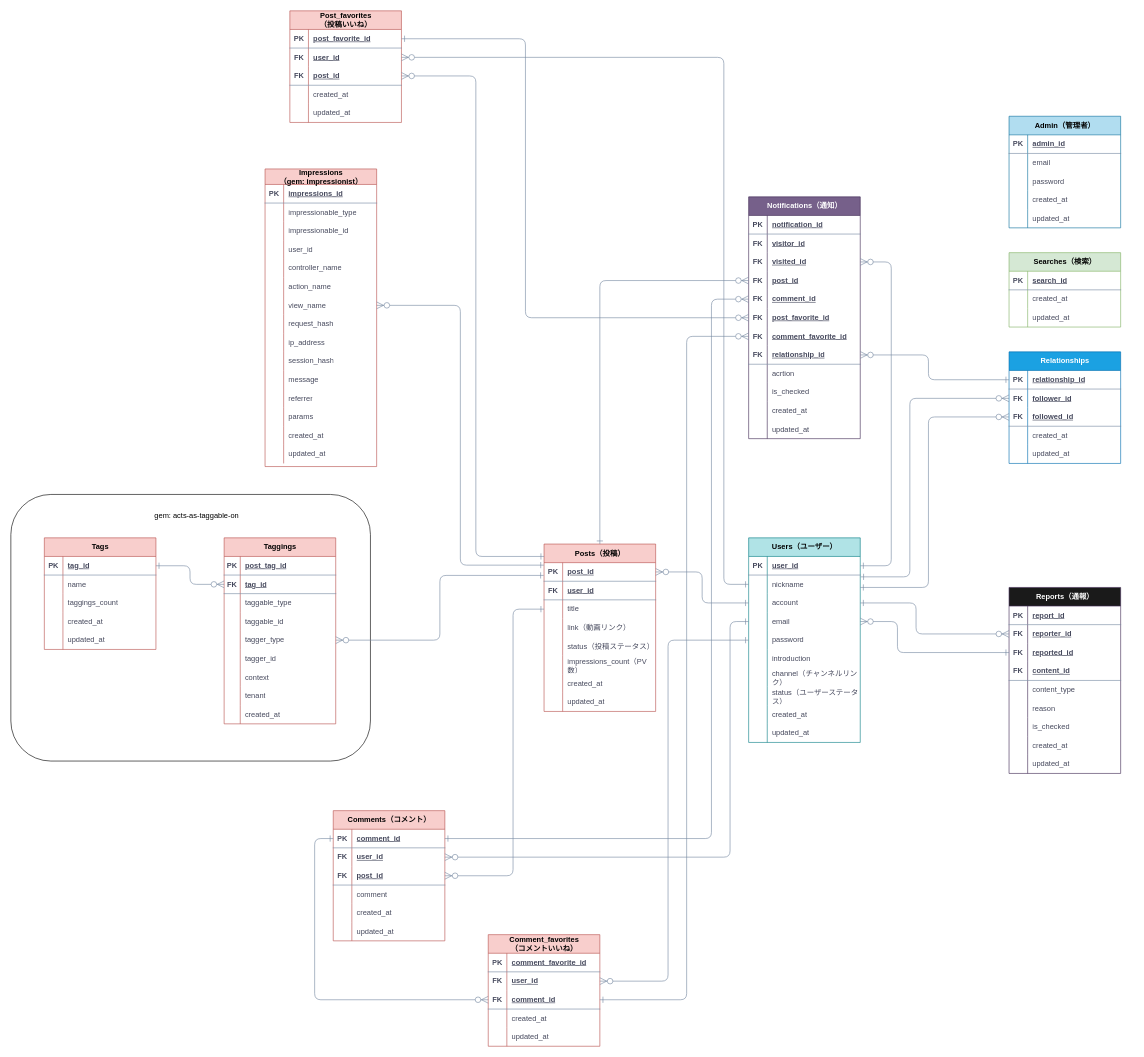
Ganmo3/drawio keeps this draw.io diagram as 2seeds.drawio. Above is the earlier version. Source tidied: cells renumbered, new cells numbered last; positions are measured from the earlier drawing's top-left corner, leaving out a move shared by most shapes. Both pictures are drawn from the tidied source at 62%, with x=0, y=0 at pixel (11, 11).
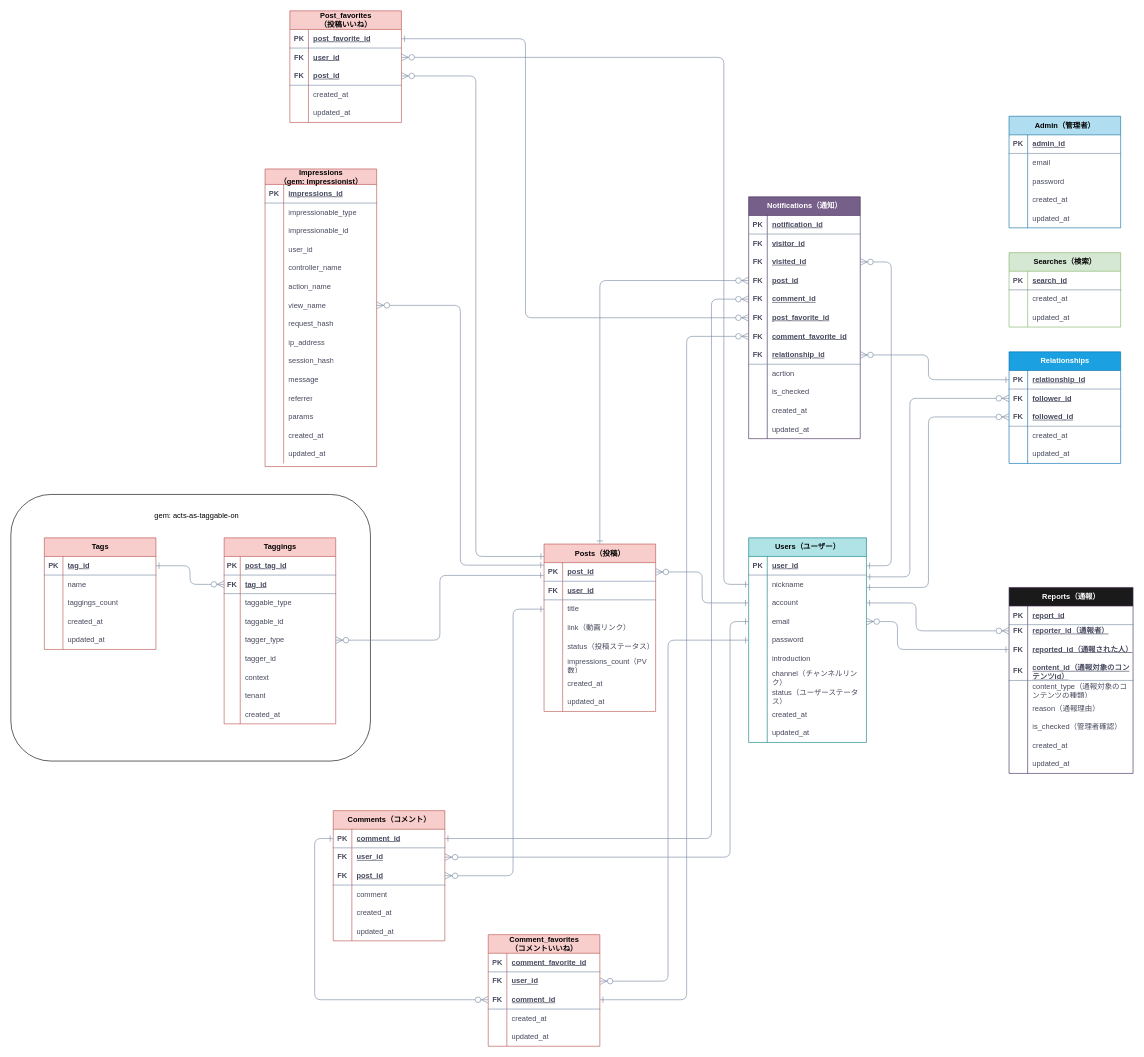
The same diagram, later.

Commit message:
2seeds.drawio を更新します

Unchanged cells that the change refers to:
```xml
<mxCell id="124" style="shape=tableRow;horizontal=0;startSize=0;swimlaneHead=0;swimlaneBody=0;fillColor=none;points=[[0,0.5],[1,0.5]];portConstraint=eastwest;top=0;left=0;right=0;bottom=1;strokeColor=#788AA3;fontFamily=Helvetica;fontSize=12;fontColor=#46495D;html=1;labelBackgroundColor=none;" parent="117" vertex="1">
  <mxGeometry y="90" width="180" height="30" as="geometry" />
</mxCell>
```

The edit, as a diff of the source:
```diff
@@
     <mxCell id="19" value="&lt;font color=&quot;#000000&quot;&gt;Users（ユーザー）&lt;/font&gt;" style="shape=table;startSize=30;childLayout=tableLayout;rowLines=0;fontStyle=1;align=center;html=1;fontFamily=Helvetica;fontSize=12;fillColor=#b0e3e6;labelBackgroundColor=none;strokeColor=#0e8088;" parent="1" vertex="1">
-      <mxGeometry x="1190" y="850" width="180" height="330" as="geometry" />
+      <mxGeometry x="1190" y="850" width="190" height="330" as="geometry" />
     </mxCell>
     <mxCell id="20" style="shape=tableRow;horizontal=0;startSize=0;swimlaneHead=0;swimlaneBody=0;fillColor=none;points=[[0,0.5],[1,0.5]];portConstraint=eastwest;top=0;left=0;right=0;bottom=1;strokeColor=#788AA3;fontFamily=Helvetica;fontSize=12;fontColor=#46495D;html=1;labelBackgroundColor=none;" parent="19" vertex="1">
-      <mxGeometry y="30" width="180" height="30" as="geometry" />
+      <mxGeometry y="30" width="190" height="30" as="geometry" />
     </mxCell>
@@
     <mxCell id="22" value="user_id" style="shape=partialRectangle;fillColor=none;top=0;left=0;bottom=0;right=0;align=left;spacingLeft=6;fontStyle=5;overflow=hidden;whiteSpace=wrap;html=1;strokeColor=#788AA3;fontFamily=Helvetica;fontSize=12;fontColor=#46495D;startSize=23;labelBackgroundColor=none;" parent="20" vertex="1">
-      <mxGeometry x="30" width="150" height="30" as="geometry" />
+      <mxGeometry x="30" width="160" height="30" as="geometry" />
     </mxCell>
     <mxCell id="23" style="shape=tableRow;horizontal=0;startSize=0;swimlaneHead=0;swimlaneBody=0;fillColor=none;points=[[0,0.5],[1,0.5]];portConstraint=eastwest;top=0;left=0;right=0;bottom=0;strokeColor=#788AA3;fontFamily=Helvetica;fontSize=12;fontColor=#46495D;html=1;labelBackgroundColor=none;" parent="19" vertex="1">
-      <mxGeometry y="60" width="180" height="30" as="geometry" />
+      <mxGeometry y="60" width="190" height="30" as="geometry" />
     </mxCell>
@@
     <mxCell id="25" value="nickname" style="shape=partialRectangle;fillColor=none;top=0;left=0;bottom=0;right=0;align=left;spacingLeft=6;overflow=hidden;whiteSpace=wrap;html=1;strokeColor=#788AA3;fontFamily=Helvetica;fontSize=12;fontColor=#46495D;startSize=23;labelBackgroundColor=none;" parent="23" vertex="1">
-      <mxGeometry x="30" width="150" height="30" as="geometry" />
+      <mxGeometry x="30" width="160" height="30" as="geometry" />
     </mxCell>
     <mxCell id="26" style="shape=tableRow;horizontal=0;startSize=0;swimlaneHead=0;swimlaneBody=0;fillColor=none;points=[[0,0.5],[1,0.5]];portConstraint=eastwest;top=0;left=0;right=0;bottom=0;strokeColor=#788AA3;fontFamily=Helvetica;fontSize=12;fontColor=#46495D;html=1;labelBackgroundColor=none;" parent="19" vertex="1">
-      <mxGeometry y="90" width="180" height="30" as="geometry" />
+      <mxGeometry y="90" width="190" height="30" as="geometry" />
     </mxCell>
@@
     <mxCell id="28" value="account" style="shape=partialRectangle;fillColor=none;top=0;left=0;bottom=0;right=0;align=left;spacingLeft=6;overflow=hidden;whiteSpace=wrap;html=1;strokeColor=#788AA3;fontFamily=Helvetica;fontSize=12;fontColor=#46495D;startSize=23;labelBackgroundColor=none;" parent="26" vertex="1">
-      <mxGeometry x="30" width="150" height="30" as="geometry" />
+      <mxGeometry x="30" width="160" height="30" as="geometry" />
     </mxCell>
     <mxCell id="29" style="shape=tableRow;horizontal=0;startSize=0;swimlaneHead=0;swimlaneBody=0;fillColor=none;points=[[0,0.5],[1,0.5]];portConstraint=eastwest;top=0;left=0;right=0;bottom=0;strokeColor=#788AA3;fontFamily=Helvetica;fontSize=12;fontColor=#46495D;html=1;labelBackgroundColor=none;" parent="19" vertex="1">
-      <mxGeometry y="120" width="180" height="30" as="geometry" />
+      <mxGeometry y="120" width="190" height="30" as="geometry" />
     </mxCell>
@@
     <mxCell id="31" value="email" style="shape=partialRectangle;fillColor=none;top=0;left=0;bottom=0;right=0;align=left;spacingLeft=6;overflow=hidden;whiteSpace=wrap;html=1;strokeColor=#788AA3;fontFamily=Helvetica;fontSize=12;fontColor=#46495D;startSize=23;labelBackgroundColor=none;" parent="29" vertex="1">
-      <mxGeometry x="30" width="150" height="30" as="geometry" />
+      <mxGeometry x="30" width="160" height="30" as="geometry" />
     </mxCell>
     <mxCell id="32" style="shape=tableRow;horizontal=0;startSize=0;swimlaneHead=0;swimlaneBody=0;fillColor=none;points=[[0,0.5],[1,0.5]];portConstraint=eastwest;top=0;left=0;right=0;bottom=0;strokeColor=#788AA3;fontFamily=Helvetica;fontSize=12;fontColor=#46495D;html=1;labelBackgroundColor=none;" parent="19" vertex="1">
-      <mxGeometry y="150" width="180" height="30" as="geometry" />
+      <mxGeometry y="150" width="190" height="30" as="geometry" />
     </mxCell>
@@
     <mxCell id="34" value="password" style="shape=partialRectangle;fillColor=none;top=0;left=0;bottom=0;right=0;align=left;spacingLeft=6;overflow=hidden;whiteSpace=wrap;html=1;strokeColor=#788AA3;fontFamily=Helvetica;fontSize=12;fontColor=#46495D;startSize=23;labelBackgroundColor=none;" parent="32" vertex="1">
-      <mxGeometry x="30" width="150" height="30" as="geometry" />
+      <mxGeometry x="30" width="160" height="30" as="geometry" />
     </mxCell>
     <mxCell id="35" style="shape=tableRow;horizontal=0;startSize=0;swimlaneHead=0;swimlaneBody=0;fillColor=none;top=0;left=0;right=0;bottom=0;strokeColor=#788AA3;fontFamily=Helvetica;fontSize=12;fontColor=#46495D;html=1;labelBackgroundColor=none;" parent="19" vertex="1">
-      <mxGeometry y="180" width="180" height="30" as="geometry" />
+      <mxGeometry y="180" width="190" height="30" as="geometry" />
     </mxCell>
@@
     <mxCell id="37" value="introduction" style="shape=partialRectangle;fillColor=none;top=0;left=0;bottom=0;right=0;align=left;spacingLeft=6;overflow=hidden;whiteSpace=wrap;html=1;strokeColor=#788AA3;fontFamily=Helvetica;fontSize=12;fontColor=#46495D;startSize=23;labelBackgroundColor=none;" parent="35" vertex="1">
-      <mxGeometry x="30" width="150" height="30" as="geometry" />
+      <mxGeometry x="30" width="160" height="30" as="geometry" />
     </mxCell>
     <mxCell id="38" style="shape=tableRow;horizontal=0;startSize=0;swimlaneHead=0;swimlaneBody=0;fillColor=none;top=0;left=0;right=0;bottom=0;strokeColor=#788AA3;fontFamily=Helvetica;fontSize=12;fontColor=#46495D;html=1;labelBackgroundColor=none;" parent="19" vertex="1">
-      <mxGeometry y="210" width="180" height="30" as="geometry" />
+      <mxGeometry y="210" width="190" height="30" as="geometry" />
     </mxCell>
@@
     <mxCell id="40" value="channel（チャンネルリンク）" style="shape=partialRectangle;fillColor=none;top=0;left=0;bottom=0;right=0;align=left;spacingLeft=6;overflow=hidden;whiteSpace=wrap;html=1;strokeColor=#788AA3;fontFamily=Helvetica;fontSize=12;fontColor=#46495D;startSize=23;labelBackgroundColor=none;" parent="38" vertex="1">
-      <mxGeometry x="30" width="150" height="30" as="geometry" />
+      <mxGeometry x="30" width="160" height="30" as="geometry" />
     </mxCell>
     <mxCell id="41" style="shape=tableRow;horizontal=0;startSize=0;swimlaneHead=0;swimlaneBody=0;fillColor=none;top=0;left=0;right=0;bottom=0;strokeColor=#788AA3;fontFamily=Helvetica;fontSize=12;fontColor=#46495D;html=1;labelBackgroundColor=none;" parent="19" vertex="1">
-      <mxGeometry y="240" width="180" height="30" as="geometry" />
+      <mxGeometry y="240" width="190" height="30" as="geometry" />
     </mxCell>
@@
     <mxCell id="43" value="status（ユーザーステータス）" style="shape=partialRectangle;fillColor=none;top=0;left=0;bottom=0;right=0;align=left;spacingLeft=6;overflow=hidden;whiteSpace=wrap;html=1;strokeColor=#788AA3;fontFamily=Helvetica;fontSize=12;fontColor=#46495D;startSize=23;labelBackgroundColor=none;" parent="41" vertex="1">
-      <mxGeometry x="30" width="150" height="30" as="geometry" />
+      <mxGeometry x="30" width="160" height="30" as="geometry" />
     </mxCell>
     <mxCell id="44" style="shape=tableRow;horizontal=0;startSize=0;swimlaneHead=0;swimlaneBody=0;fillColor=none;top=0;left=0;right=0;bottom=0;strokeColor=#788AA3;fontFamily=Helvetica;fontSize=12;fontColor=#46495D;html=1;labelBackgroundColor=none;" parent="19" vertex="1">
-      <mxGeometry y="270" width="180" height="30" as="geometry" />
+      <mxGeometry y="270" width="190" height="30" as="geometry" />
     </mxCell>
@@
     <mxCell id="46" value="created_at" style="shape=partialRectangle;fillColor=none;top=0;left=0;bottom=0;right=0;align=left;spacingLeft=6;overflow=hidden;whiteSpace=wrap;html=1;strokeColor=#788AA3;fontFamily=Helvetica;fontSize=12;fontColor=#46495D;startSize=23;labelBackgroundColor=none;" parent="44" vertex="1">
-      <mxGeometry x="30" width="150" height="30" as="geometry" />
+      <mxGeometry x="30" width="160" height="30" as="geometry" />
     </mxCell>
     <mxCell id="47" style="shape=tableRow;horizontal=0;startSize=0;swimlaneHead=0;swimlaneBody=0;fillColor=none;top=0;left=0;right=0;bottom=0;strokeColor=#788AA3;fontFamily=Helvetica;fontSize=12;fontColor=#46495D;html=1;labelBackgroundColor=none;" parent="19" vertex="1">
-      <mxGeometry y="300" width="180" height="30" as="geometry" />
+      <mxGeometry y="300" width="190" height="30" as="geometry" />
     </mxCell>
@@
     <mxCell id="49" value="updated_at" style="shape=partialRectangle;fillColor=none;top=0;left=0;bottom=0;right=0;align=left;spacingLeft=6;overflow=hidden;whiteSpace=wrap;html=1;strokeColor=#788AA3;fontFamily=Helvetica;fontSize=12;fontColor=#46495D;startSize=23;labelBackgroundColor=none;" parent="47" vertex="1">
-      <mxGeometry x="30" width="150" height="30" as="geometry" />
+      <mxGeometry x="30" width="160" height="30" as="geometry" />
     </mxCell>
@@
     <mxCell id="224" value="Reports（通報）" style="shape=table;startSize=30;childLayout=tableLayout;rowLines=0;fontStyle=1;align=center;html=1;strokeColor=#432D57;fontFamily=Helvetica;fontSize=12;fillColor=#1A1A1A;labelBackgroundColor=none;fontColor=#ffffff;" parent="1" vertex="1">
-      <mxGeometry x="1610" y="930" width="180" height="300" as="geometry" />
+      <mxGeometry x="1610" y="930" width="200" height="300" as="geometry" />
     </mxCell>
     <mxCell id="225" style="shape=tableRow;horizontal=0;startSize=0;swimlaneHead=0;swimlaneBody=0;fillColor=none;top=0;left=0;right=0;bottom=1;strokeColor=#788AA3;fontFamily=Helvetica;fontSize=12;fontColor=#46495D;html=1;labelBackgroundColor=none;" parent="224" vertex="1">
-      <mxGeometry y="30" width="180" height="30" as="geometry" />
+      <mxGeometry y="30" width="200" height="30" as="geometry" />
     </mxCell>
@@
     <mxCell id="227" value="report_id" style="shape=partialRectangle;fillColor=none;top=0;left=0;bottom=0;right=0;align=left;spacingLeft=6;fontStyle=5;overflow=hidden;whiteSpace=wrap;html=1;strokeColor=#788AA3;fontFamily=Helvetica;fontSize=12;fontColor=#46495D;startSize=23;labelBackgroundColor=none;" parent="225" vertex="1">
-      <mxGeometry x="30" width="150" height="30" as="geometry" />
+      <mxGeometry x="30" width="170" height="30" as="geometry" />
     </mxCell>
     <mxCell id="228" style="shape=tableRow;horizontal=0;startSize=0;swimlaneHead=0;swimlaneBody=0;fillColor=none;points=[[0,0.5],[1,0.5]];portConstraint=eastwest;top=0;left=0;right=0;bottom=0;strokeColor=#788AA3;fontFamily=Helvetica;fontSize=12;fontColor=#46495D;html=1;labelBackgroundColor=none;" parent="224" vertex="1">
-      <mxGeometry y="60" width="180" height="30" as="geometry" />
+      <mxGeometry y="60" width="200" height="20" as="geometry" />
     </mxCell>
     <mxCell id="229" value="&lt;b&gt;FK&lt;/b&gt;" style="shape=partialRectangle;fillColor=none;top=0;left=0;bottom=0;right=0;overflow=hidden;whiteSpace=wrap;html=1;strokeColor=#788AA3;fontFamily=Helvetica;fontSize=12;fontColor=#46495D;startSize=23;labelBackgroundColor=none;" parent="228" vertex="1">
-      <mxGeometry width="30" height="30" as="geometry" />
+      <mxGeometry width="30" height="20" as="geometry" />
     </mxCell>
-    <mxCell id="230" value="&lt;u&gt;&lt;b&gt;reporter_id&lt;/b&gt;&lt;/u&gt;" style="shape=partialRectangle;fillColor=none;top=0;left=0;bottom=0;right=0;align=left;spacingLeft=6;overflow=hidden;whiteSpace=wrap;html=1;strokeColor=#788AA3;fontFamily=Helvetica;fontSize=12;fontColor=#46495D;startSize=23;labelBackgroundColor=none;" parent="228" vertex="1">
-      <mxGeometry x="30" width="150" height="30" as="geometry" />
+    <mxCell id="230" value="&lt;u&gt;&lt;b&gt;reporter_id（通報者）&lt;/b&gt;&lt;/u&gt;" style="shape=partialRectangle;fillColor=none;top=0;left=0;bottom=0;right=0;align=left;spacingLeft=6;overflow=hidden;whiteSpace=wrap;html=1;strokeColor=#788AA3;fontFamily=Helvetica;fontSize=12;fontColor=#46495D;startSize=23;labelBackgroundColor=none;" parent="228" vertex="1">
+      <mxGeometry x="30" width="170" height="20" as="geometry" />
     </mxCell>
     <mxCell id="231" style="shape=tableRow;horizontal=0;startSize=0;swimlaneHead=0;swimlaneBody=0;fillColor=none;points=[[0,0.5],[1,0.5]];portConstraint=eastwest;top=0;left=0;right=0;bottom=0;strokeColor=#788AA3;fontFamily=Helvetica;fontSize=12;fontColor=#46495D;html=1;labelBackgroundColor=none;" parent="224" vertex="1">
-      <mxGeometry y="90" width="180" height="30" as="geometry" />
+      <mxGeometry y="80" width="200" height="40" as="geometry" />
     </mxCell>
     <mxCell id="232" value="&lt;b&gt;FK&lt;/b&gt;" style="shape=partialRectangle;fillColor=none;top=0;left=0;bottom=0;right=0;overflow=hidden;whiteSpace=wrap;html=1;strokeColor=#788AA3;fontFamily=Helvetica;fontSize=12;fontColor=#46495D;startSize=23;labelBackgroundColor=none;" parent="231" vertex="1">
-      <mxGeometry width="30" height="30" as="geometry" />
+      <mxGeometry width="30" height="40" as="geometry" />
     </mxCell>
-    <mxCell id="233" value="&lt;u&gt;&lt;b&gt;reported_id&lt;/b&gt;&lt;/u&gt;" style="shape=partialRectangle;fillColor=none;top=0;left=0;bottom=0;right=0;align=left;spacingLeft=6;overflow=hidden;whiteSpace=wrap;html=1;strokeColor=#788AA3;fontFamily=Helvetica;fontSize=12;fontColor=#46495D;startSize=23;labelBackgroundColor=none;" parent="231" vertex="1">
-      <mxGeometry x="30" width="150" height="30" as="geometry" />
+    <mxCell id="233" value="&lt;u&gt;&lt;b&gt;reported_id（通報された人）&lt;/b&gt;&lt;/u&gt;" style="shape=partialRectangle;fillColor=none;top=0;left=0;bottom=0;right=0;align=left;spacingLeft=6;overflow=hidden;whiteSpace=wrap;html=1;strokeColor=#788AA3;fontFamily=Helvetica;fontSize=12;fontColor=#46495D;startSize=23;labelBackgroundColor=none;" parent="231" vertex="1">
+      <mxGeometry x="30" width="170" height="40" as="geometry" />
     </mxCell>
     <mxCell id="234" style="shape=tableRow;horizontal=0;startSize=0;swimlaneHead=0;swimlaneBody=0;fillColor=none;top=0;left=0;right=0;bottom=1;strokeColor=#788AA3;fontFamily=Helvetica;fontSize=12;fontColor=#46495D;html=1;labelBackgroundColor=none;" parent="224" vertex="1">
-      <mxGeometry y="120" width="180" height="30" as="geometry" />
+      <mxGeometry y="120" width="200" height="30" as="geometry" />
     </mxCell>
@@
-    <mxCell id="236" value="content_id" style="shape=partialRectangle;fillColor=none;top=0;left=0;bottom=0;right=0;align=left;spacingLeft=6;fontStyle=5;overflow=hidden;whiteSpace=wrap;html=1;strokeColor=#788AA3;fontFamily=Helvetica;fontSize=12;fontColor=#46495D;startSize=23;labelBackgroundColor=none;" parent="234" vertex="1">
-      <mxGeometry x="30" width="150" height="30" as="geometry" />
+    <mxCell id="236" value="content_id（通報対象のコンテンツid）" style="shape=partialRectangle;fillColor=none;top=0;left=0;bottom=0;right=0;align=left;spacingLeft=6;fontStyle=5;overflow=hidden;whiteSpace=wrap;html=1;strokeColor=#788AA3;fontFamily=Helvetica;fontSize=12;fontColor=#46495D;startSize=23;labelBackgroundColor=none;" parent="234" vertex="1">
+      <mxGeometry x="30" width="170" height="30" as="geometry" />
     </mxCell>
     <mxCell id="237" style="shape=tableRow;horizontal=0;startSize=0;swimlaneHead=0;swimlaneBody=0;fillColor=none;top=0;left=0;right=0;bottom=0;strokeColor=#788AA3;fontFamily=Helvetica;fontSize=12;fontColor=#46495D;html=1;labelBackgroundColor=none;" parent="224" vertex="1">
-      <mxGeometry y="150" width="180" height="30" as="geometry" />
+      <mxGeometry y="150" width="200" height="30" as="geometry" />
     </mxCell>
@@
-    <mxCell id="239" value="content_type" style="shape=partialRectangle;fillColor=none;top=0;left=0;bottom=0;right=0;align=left;spacingLeft=6;overflow=hidden;whiteSpace=wrap;html=1;strokeColor=#788AA3;fontFamily=Helvetica;fontSize=12;fontColor=#46495D;startSize=23;labelBackgroundColor=none;" parent="237" vertex="1">
-      <mxGeometry x="30" width="150" height="30" as="geometry" />
+    <mxCell id="239" value="content_type（通報対象のコンテンツの種類）" style="shape=partialRectangle;fillColor=none;top=0;left=0;bottom=0;right=0;align=left;spacingLeft=6;overflow=hidden;whiteSpace=wrap;html=1;strokeColor=#788AA3;fontFamily=Helvetica;fontSize=12;fontColor=#46495D;startSize=23;labelBackgroundColor=none;" parent="237" vertex="1">
+      <mxGeometry x="30" width="170" height="30" as="geometry" />
     </mxCell>
     <mxCell id="240" style="shape=tableRow;horizontal=0;startSize=0;swimlaneHead=0;swimlaneBody=0;fillColor=none;top=0;left=0;right=0;bottom=0;strokeColor=#788AA3;fontFamily=Helvetica;fontSize=12;fontColor=#46495D;html=1;labelBackgroundColor=none;" parent="224" vertex="1">
-      <mxGeometry y="180" width="180" height="30" as="geometry" />
+      <mxGeometry y="180" width="200" height="30" as="geometry" />
     </mxCell>
@@
-    <mxCell id="242" value="reason" style="shape=partialRectangle;fillColor=none;top=0;left=0;bottom=0;right=0;align=left;spacingLeft=6;overflow=hidden;whiteSpace=wrap;html=1;strokeColor=#788AA3;fontFamily=Helvetica;fontSize=12;fontColor=#46495D;startSize=23;labelBackgroundColor=none;" parent="240" vertex="1">
-      <mxGeometry x="30" width="150" height="30" as="geometry" />
+    <mxCell id="242" value="reason（通報理由）" style="shape=partialRectangle;fillColor=none;top=0;left=0;bottom=0;right=0;align=left;spacingLeft=6;overflow=hidden;whiteSpace=wrap;html=1;strokeColor=#788AA3;fontFamily=Helvetica;fontSize=12;fontColor=#46495D;startSize=23;labelBackgroundColor=none;" parent="240" vertex="1">
+      <mxGeometry x="30" width="170" height="30" as="geometry" />
     </mxCell>
     <mxCell id="243" style="shape=tableRow;horizontal=0;startSize=0;swimlaneHead=0;swimlaneBody=0;fillColor=none;top=0;left=0;right=0;bottom=0;strokeColor=#788AA3;fontFamily=Helvetica;fontSize=12;fontColor=#46495D;html=1;labelBackgroundColor=none;" parent="224" vertex="1">
-      <mxGeometry y="210" width="180" height="30" as="geometry" />
+      <mxGeometry y="210" width="200" height="30" as="geometry" />
     </mxCell>
@@
-    <mxCell id="245" value="is_checked" style="shape=partialRectangle;fillColor=none;top=0;left=0;bottom=0;right=0;align=left;spacingLeft=6;overflow=hidden;whiteSpace=wrap;html=1;strokeColor=#788AA3;fontFamily=Helvetica;fontSize=12;fontColor=#46495D;startSize=23;labelBackgroundColor=none;" parent="243" vertex="1">
-      <mxGeometry x="30" width="150" height="30" as="geometry" />
+    <mxCell id="245" value="is_checked（管理者確認）" style="shape=partialRectangle;fillColor=none;top=0;left=0;bottom=0;right=0;align=left;spacingLeft=6;overflow=hidden;whiteSpace=wrap;html=1;strokeColor=#788AA3;fontFamily=Helvetica;fontSize=12;fontColor=#46495D;startSize=23;labelBackgroundColor=none;" parent="243" vertex="1">
+      <mxGeometry x="30" width="170" height="30" as="geometry" />
     </mxCell>
     <mxCell id="246" style="shape=tableRow;horizontal=0;startSize=0;swimlaneHead=0;swimlaneBody=0;fillColor=none;top=0;left=0;right=0;bottom=0;strokeColor=#788AA3;fontFamily=Helvetica;fontSize=12;fontColor=#46495D;html=1;labelBackgroundColor=none;" parent="224" vertex="1">
-      <mxGeometry y="240" width="180" height="30" as="geometry" />
+      <mxGeometry y="240" width="200" height="30" as="geometry" />
     </mxCell>
@@
     <mxCell id="248" value="created_at" style="shape=partialRectangle;fillColor=none;top=0;left=0;bottom=0;right=0;align=left;spacingLeft=6;overflow=hidden;whiteSpace=wrap;html=1;strokeColor=#788AA3;fontFamily=Helvetica;fontSize=12;fontColor=#46495D;startSize=23;labelBackgroundColor=none;" parent="246" vertex="1">
-      <mxGeometry x="30" width="150" height="30" as="geometry" />
+      <mxGeometry x="30" width="170" height="30" as="geometry" />
     </mxCell>
     <mxCell id="249" style="shape=tableRow;horizontal=0;startSize=0;swimlaneHead=0;swimlaneBody=0;fillColor=none;top=0;left=0;right=0;bottom=0;strokeColor=#788AA3;fontFamily=Helvetica;fontSize=12;fontColor=#46495D;html=1;labelBackgroundColor=none;" parent="224" vertex="1">
-      <mxGeometry y="270" width="180" height="30" as="geometry" />
+      <mxGeometry y="270" width="200" height="30" as="geometry" />
     </mxCell>
@@
     <mxCell id="251" value="updated_at" style="shape=partialRectangle;fillColor=none;top=0;left=0;bottom=0;right=0;align=left;spacingLeft=6;overflow=hidden;whiteSpace=wrap;html=1;strokeColor=#788AA3;fontFamily=Helvetica;fontSize=12;fontColor=#46495D;startSize=23;labelBackgroundColor=none;" parent="249" vertex="1">
-      <mxGeometry x="30" width="150" height="30" as="geometry" />
+      <mxGeometry x="30" width="170" height="30" as="geometry" />
     </mxCell>
@@
-    <mxCell id="254" style="edgeStyle=elbowEdgeStyle;fontSize=12;html=1;endArrow=ERzeroToMany;endFill=1;fontFamily=Helvetica;fontColor=default;startSize=8;rounded=1;startArrow=ERone;startFill=0;endSize=9;labelBackgroundColor=none;strokeColor=#788AA3;entryX=0;entryY=0.5;entryDx=0;entryDy=0;exitX=1;exitY=0.667;exitDx=0;exitDy=0;exitPerimeter=0;" parent="1" edge="1" target="124">
+    <mxCell id="254" style="edgeStyle=elbowEdgeStyle;fontSize=12;html=1;endArrow=ERzeroToMany;endFill=1;fontFamily=Helvetica;fontColor=default;startSize=8;rounded=1;startArrow=ERone;startFill=0;endSize=9;labelBackgroundColor=none;strokeColor=#788AA3;entryX=0;entryY=0.5;entryDx=0;entryDy=0;" parent="1" edge="1" target="124">
       <mxGeometry relative="1" as="geometry">
-        <mxPoint x="1370" y="930" as="sourcePoint" />
+        <mxPoint x="1380" y="930" as="sourcePoint" />
         <Array as="points">
           <mxPoint x="1480" y="740" />
         </Array>
       </mxGeometry>
     </mxCell>
```
